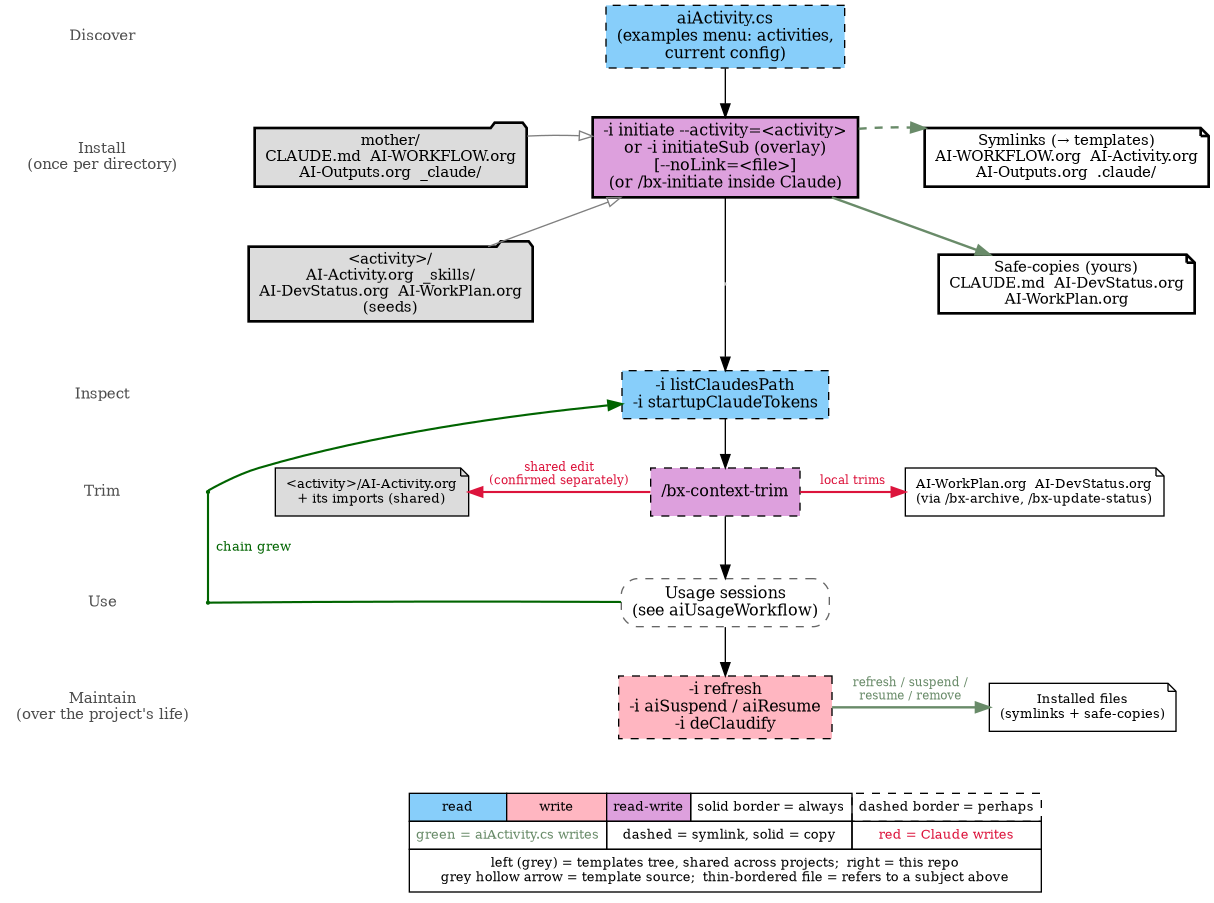
Before: ai-templates/_nonTemplate_/images/aiStartupWorkflow.png, a diagram exported from Graphviz (bisos/defaults). Its source is kept beside it as ai-templates/_nonTemplate_/images/aiStartupWorkflow.gv.
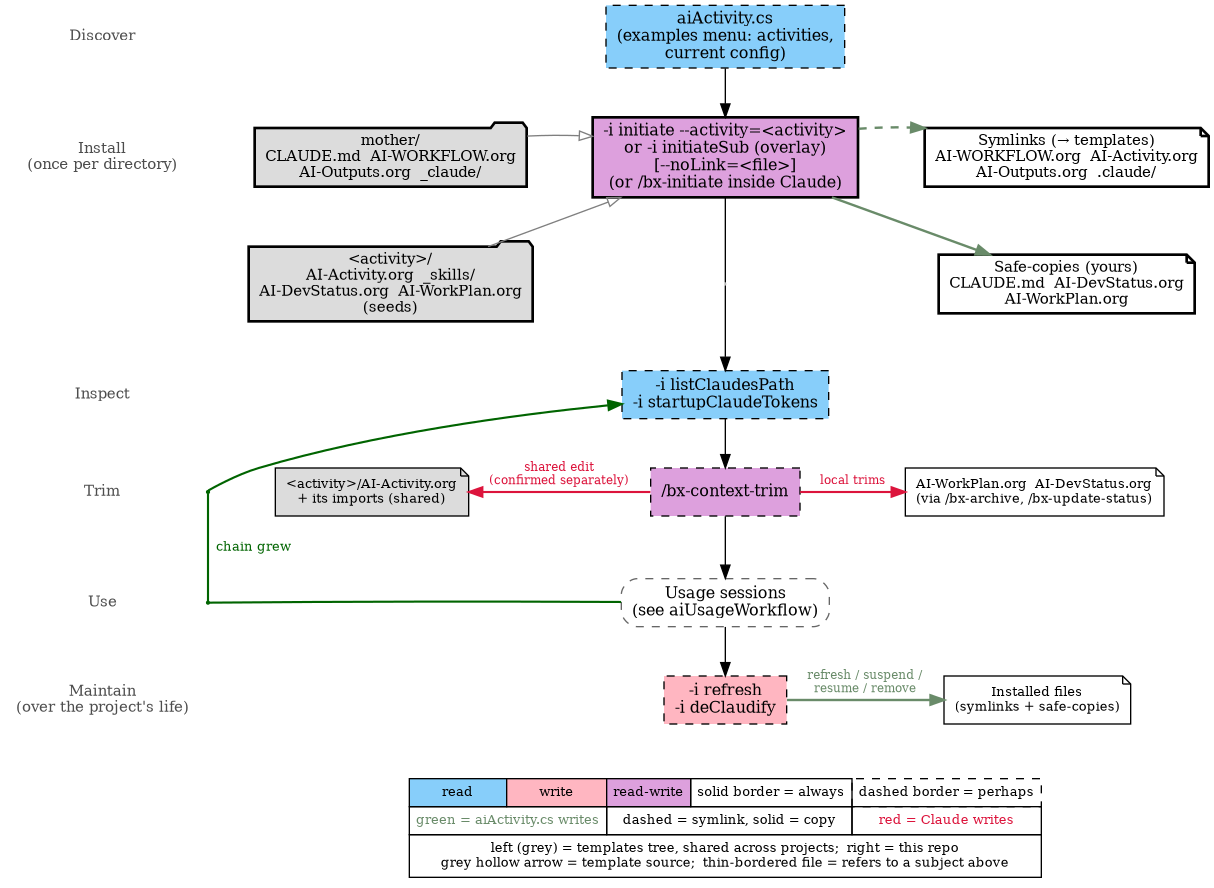
The same diagram one commit later.

Commit message:
The templates no longer describe aiSuspend/aiResume, which the engine retired, and the aiActivity activity's AI-Activity.org now matches how the engine resolves templates and installs AI-Outputs.org.

Diff of the diagram source:
```diff
@@ -76,7 +76,6 @@
 		rank=same
 		lyr_maintain
 		maintain [label="-i refresh
--i aiSuspend / aiResume
 -i deClaudify" fillcolor=lightpink group=spine shape=rectangle style="filled,dashed"]
 		refInstalled [label="Installed files
 (symlinks + safe-copies)" fillcolor=white fontsize=10 shape=note style=filled]
```
